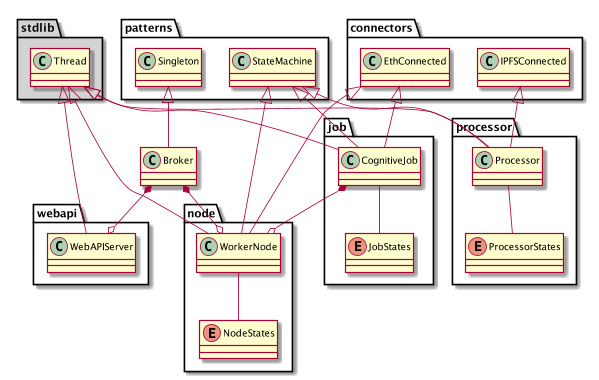
pandoraboxchain/pyrrha-pynode keeps this PlantUML diagram as docs/uml/rendered/classes.png. Above is the earlier version.
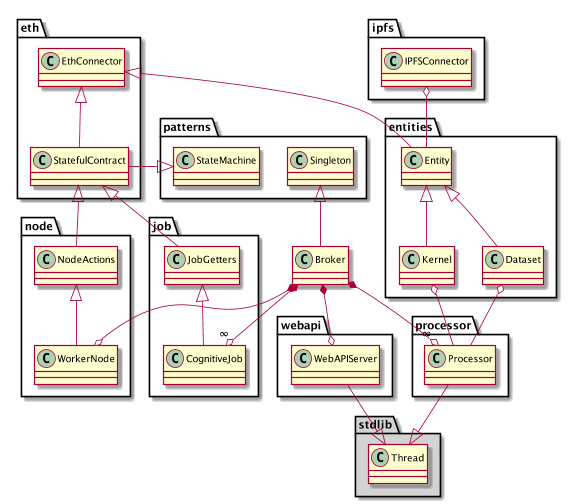
After the change.

Commit message:
Updating docs: new classes and components UML diagrams

The edit, as a diff of the source:
```diff
@@ -1,8 +1,14 @@
 @startuml
 
-package connectors {
-    class EthConnected
-    class IPFSConnected
+package eth {
+    class EthConnector
+    class StatefulContract
+
+    EthConnector <|-- StatefulContract
+}
+
+package ipfs {
+    class IPFSConnector
 }
 
 package stdlib #lightgrey {
@@ -12,47 +18,53 @@
 package patterns {
     class StateMachine
     class Singleton
+
+    StateMachine <|-left- StatefulContract
 }
 
 package node {
+    class NodeActions
     class WorkerNode
-    enum NodeStates {
-    }
-    WorkerNode -- NodeStates
-    EthConnected <|-- WorkerNode
-    StateMachine <|-- WorkerNode
-    Thread <|-- WorkerNode
+
+    StatefulContract <|-- NodeActions
+    NodeActions <|-- WorkerNode
 }
 
 package job {
+    class JobGetters
     class CognitiveJob
-    enum JobStates {
-    }
-    CognitiveJob -- JobStates
-    EthConnected <|-- CognitiveJob
-    StateMachine <|-- CognitiveJob
-    Thread <|-- CognitiveJob
+
+    StatefulContract <|-- JobGetters
+    JobGetters <|-- CognitiveJob
+}
+
+package entities {
+    class Entity
+    class Kernel
+    class Dataset
+    EthConnector <|-- Entity
+    Entity <|-- Kernel
+    Entity <|-- Dataset
+    IPFSConnector o-down- Entity
 }
 
 package processor {
     class Processor
-    enum ProcessorStates {
-    }
-    Processor -- ProcessorStates
-    Thread <|-- Processor
-    IPFSConnected <|-- Processor
-    StateMachine <|-- Processor
+    Thread <|-up- Processor
+    Kernel o-- Processor
+    Dataset o-- Processor
 }
 
 package webapi {
     class WebAPIServer
-    Thread <|-- WebAPIServer
+    Thread <|-up- WebAPIServer
 }
 
 class Broker
 Singleton <|-- Broker
 Broker *--o WorkerNode
 Broker *--o WebAPIServer
-CognitiveJob *--o WorkerNode
+Broker *--o "?" CognitiveJob
+Broker *--o "?" Processor
 
 @enduml
```
